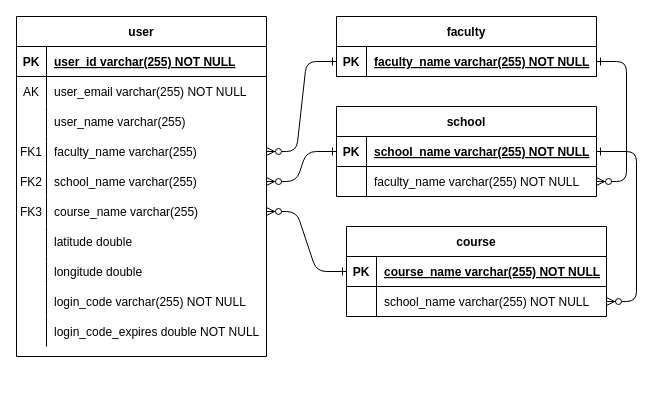
This is page "Page-1" (1 of 2) of Graduation-Gathering/aws/ERD.drawio from AdamMurray22/Graduation-Gathering, a draw.io file, before an edit. Source tidied: cells renumbered, new cells numbered last; positions are measured from the earlier drawing's top-left corner, leaving out a move shared by most shapes. Both pictures are drawn from the tidied source at 100%, with x=0, y=0 at pixel (16, 16).
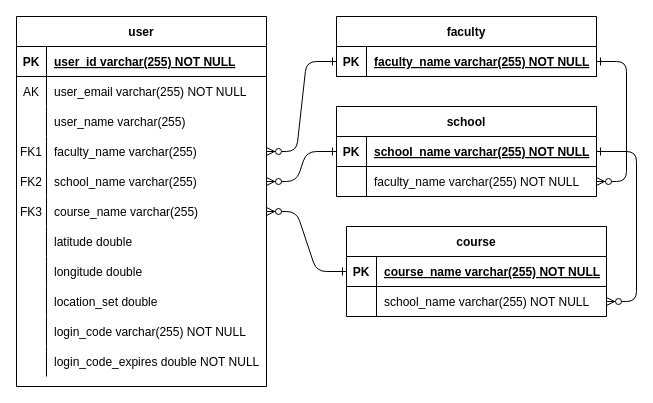
The same page after the edit.

Commit message (it also covers changes not shown here):
Added location expires time

What changed in the source:
```diff
@@
     <mxCell id="2" value="user" style="shape=table;startSize=30;childLayout=tableLayout;rowLines=0;fontStyle=1;align=center;" parent="1" vertex="1">
-      <mxGeometry width="250" height="340" as="geometry" />
+      <mxGeometry width="250" height="370" as="geometry" />
     </mxCell>
@@
+    <mxCell id="59" style="shape=partialRectangle;fillColor=none;top=0;left=0;right=0;bottom=0;" parent="2" vertex="1">
+      <mxGeometry y="270" width="250" height="30" as="geometry" />
+    </mxCell>
+    <mxCell id="60" style="shape=partialRectangle;overflow=hidden;fillColor=none;top=0;left=0;bottom=0;right=0;" parent="59" vertex="1">
+      <mxGeometry width="30" height="30" as="geometry" />
+    </mxCell>
+    <mxCell id="61" value="location_set double" style="shape=partialRectangle;overflow=hidden;fillColor=none;top=0;left=0;bottom=0;right=0;align=left;spacingLeft=6;" parent="59" vertex="1">
+      <mxGeometry x="30" width="220" height="30" as="geometry" />
+    </mxCell>
     <mxCell id="27" style="shape=partialRectangle;fillColor=none;top=0;left=0;right=0;bottom=0;" parent="2" vertex="1">
-      <mxGeometry y="270" width="250" height="30" as="geometry" />
+      <mxGeometry y="300" width="250" height="30" as="geometry" />
     </mxCell>
@@
     <mxCell id="30" style="shape=partialRectangle;fillColor=none;top=0;left=0;right=0;bottom=0;" parent="2" vertex="1">
-      <mxGeometry y="300" width="250" height="30" as="geometry" />
+      <mxGeometry y="330" width="250" height="30" as="geometry" />
     </mxCell>
```
